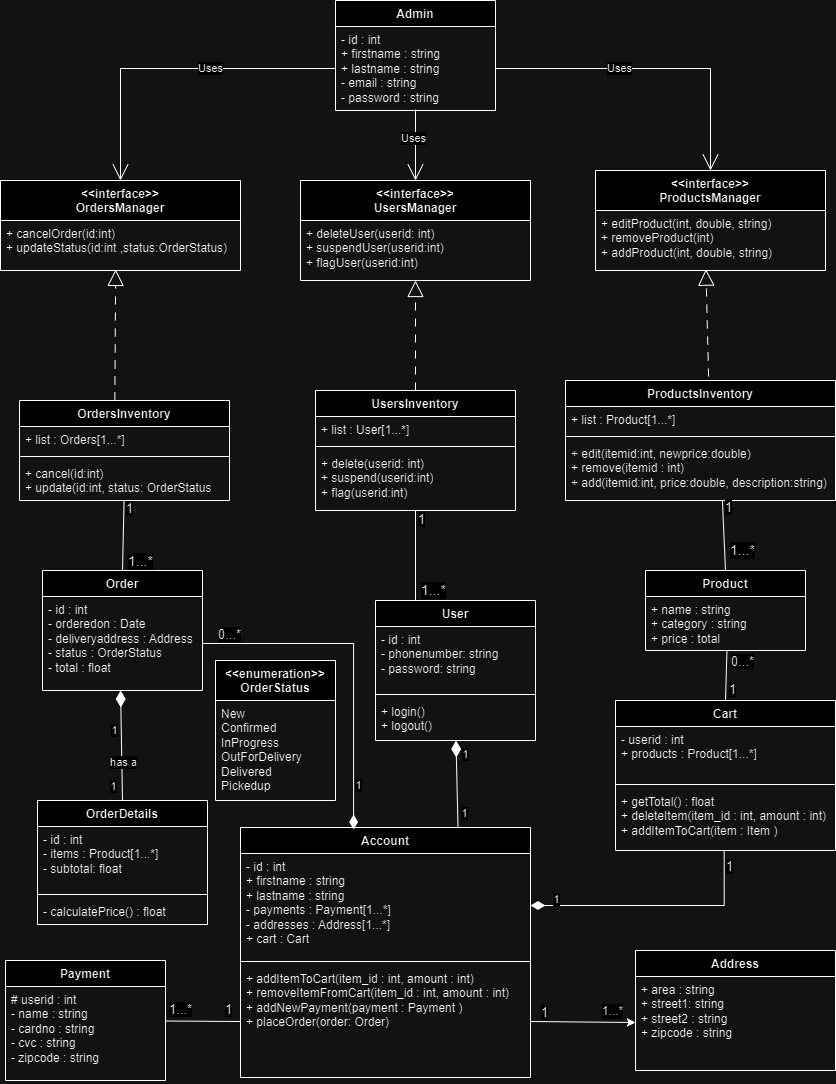
The draw.io diagram ZDeliverClassDiagram.png in Yaq0ub/ZDeliver, before a commit. Source tidied: cells renumbered, new cells last; positions are measured from the earlier drawing's top-left corner, leaving out a move shared by most shapes.
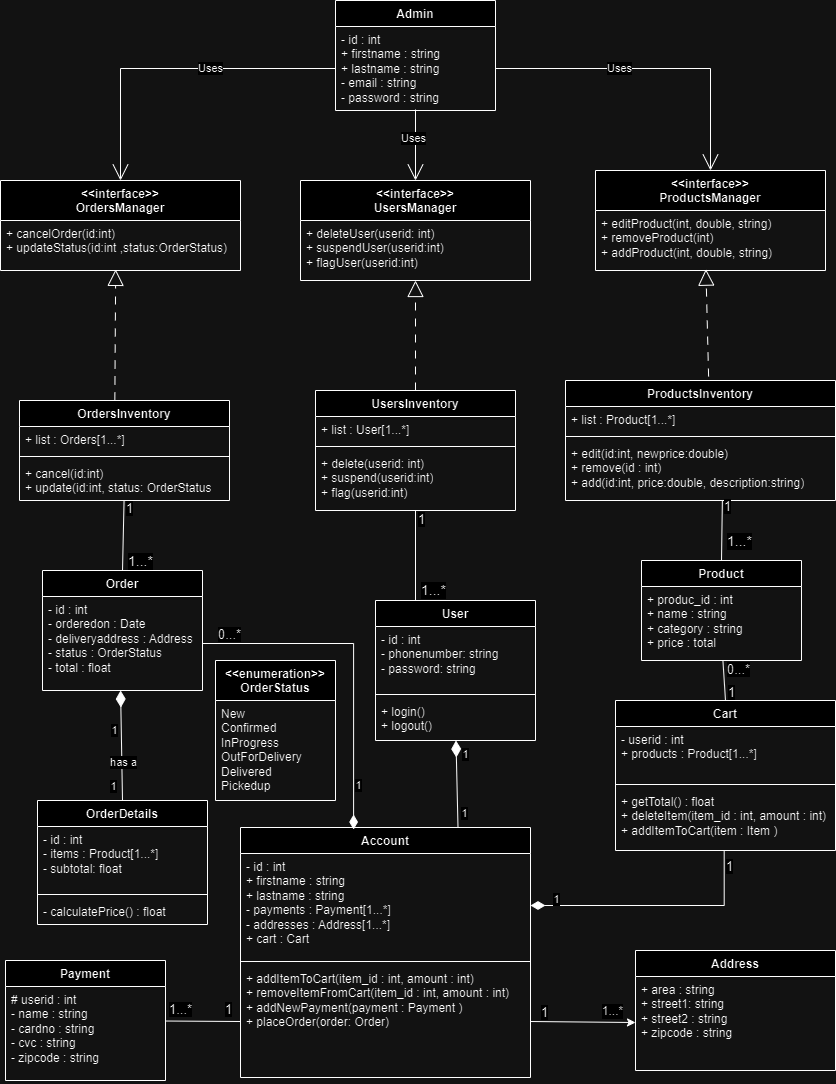
The same file after the commit.

Commit message:
Class Diagram fix

What changed in the source:
```diff
@@ -21,10 +21,10 @@
       <mxGeometry y="138" width="290" height="112" as="geometry" />
     </mxCell>
     <mxCell id="8" value="Product" style="swimlane;fontStyle=1;align=center;verticalAlign=top;horizontal=1;startSize=26;whiteSpace=wrap;html=1;" parent="1" vertex="1">
-      <mxGeometry x="645" y="570" width="160" height="80" as="geometry" />
+      <mxGeometry x="641" y="560" width="160" height="100" as="geometry" />
     </mxCell>
-    <mxCell id="9" value="+ name : string&lt;br&gt;+ category : string&lt;br&gt;+ price : total" style="text;strokeColor=none;fillColor=none;align=left;verticalAlign=top;spacingLeft=4;spacingRight=4;overflow=hidden;points=[[0,0.5],[1,0.5]];portConstraint=eastwest;whiteSpace=wrap;html=1;" parent="8" vertex="1">
-      <mxGeometry y="26" width="160" height="54" as="geometry" />
+    <mxCell id="9" value="+ produc_id : int&lt;br&gt;+ name : string&lt;br&gt;+ category : string&lt;br&gt;+ price : total" style="text;strokeColor=none;fillColor=none;align=left;verticalAlign=top;spacingLeft=4;spacingRight=4;overflow=hidden;points=[[0,0.5],[1,0.5]];portConstraint=eastwest;whiteSpace=wrap;html=1;" parent="8" vertex="1">
+      <mxGeometry y="26" width="160" height="74" as="geometry" />
     </mxCell>
     <mxCell id="10" value="Payment" style="swimlane;fontStyle=1;align=center;verticalAlign=top;horizontal=1;startSize=26;whiteSpace=wrap;html=1;" parent="1" vertex="1">
       <mxGeometry x="5" y="960" width="160" height="120" as="geometry" />
@@ -91,7 +91,7 @@
     <mxCell id="28" style="line;strokeWidth=1;fillColor=none;align=left;verticalAlign=middle;spacingTop=-1;spacingLeft=3;spacingRight=3;labelPosition=right;strokeColor=inherit;" parent="26" vertex="1">
       <mxGeometry y="52" width="270" height="8" as="geometry" />
     </mxCell>
-    <mxCell id="29" value="+ edit(itemid:int, newprice:double)&lt;br&gt;+ remove(itemid : int)&lt;br&gt;+ add(itemid:int, price:double, description:string)" style="text;strokeColor=none;fillColor=none;align=left;verticalAlign=top;spacingLeft=4;spacingRight=4;overflow=hidden;points=[[0,0.5],[1,0.5]];portConstraint=eastwest;whiteSpace=wrap;html=1;" parent="26" vertex="1">
+    <mxCell id="29" value="+ edit(id:int, newprice:double)&lt;br&gt;+ remove(id : int)&lt;br&gt;+ add(id:int, price:double, description:string)" style="text;strokeColor=none;fillColor=none;align=left;verticalAlign=top;spacingLeft=4;spacingRight=4;overflow=hidden;points=[[0,0.5],[1,0.5]];portConstraint=eastwest;whiteSpace=wrap;html=1;" parent="26" vertex="1">
       <mxGeometry y="60" width="270" height="60" as="geometry" />
     </mxCell>
     <mxCell id="30" style="rounded=0;jettySize=auto;html=1;exitX=0.488;exitY=1;exitDx=0;exitDy=0;entryX=0.5;entryY=0;entryDx=0;entryDy=0;endArrow=none;endFill=0;startArrow=diamondThin;startFill=1;startSize=14;exitPerimeter=0;" parent="1" edge="1" source="35" target="49">
```
